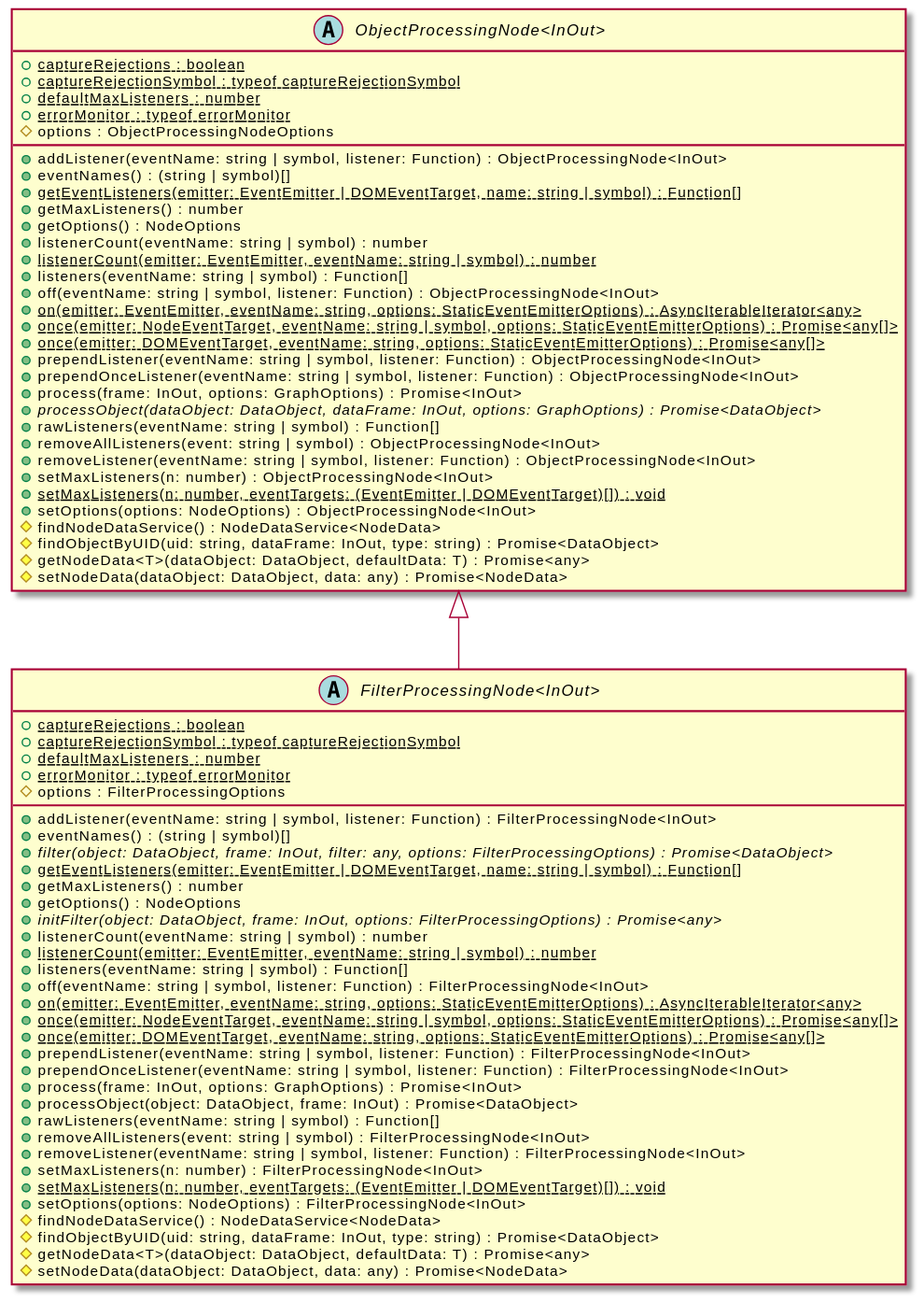
The PlantUML diagram assets/FilterProcessingNode-umlClassDiagram-13256.svg in OpenHPS/openhps-core, before a commit.
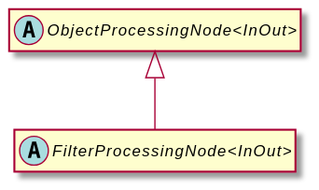
After the commit.

The edit, as a diff of the source:
```diff
@@ -3,72 +3,8 @@
 hide empty methods
 hide empty fields
 abstract class "FilterProcessingNode<InOut>" {
-    {static} +captureRejections : boolean
-    {static} +captureRejectionSymbol : typeof captureRejectionSymbol
-    {static} +defaultMaxListeners : number
-    {static} +errorMonitor : typeof errorMonitor
-    #options : FilterProcessingOptions
-    +addListener(eventName: string | symbol, listener: Function) : FilterProcessingNode<InOut>
-    +eventNames() : (string | symbol)[]
-    {abstract} +filter(object: DataObject, frame: InOut, filter: any, options: FilterProcessingOptions) : Promise<DataObject>
-    {static} +getEventListeners(emitter: EventEmitter | DOMEventTarget, name: string | symbol) : Function[]
-    +getMaxListeners() : number
-    +getOptions() : NodeOptions
-    {abstract} +initFilter(object: DataObject, frame: InOut, options: FilterProcessingOptions) : Promise<any>
-    +listenerCount(eventName: string | symbol) : number
-    {static} +listenerCount(emitter: EventEmitter, eventName: string | symbol) : number
-    +listeners(eventName: string | symbol) : Function[]
-    +off(eventName: string | symbol, listener: Function) : FilterProcessingNode<InOut>
-    {static} +on(emitter: EventEmitter, eventName: string, options: StaticEventEmitterOptions) : AsyncIterableIterator<any>
-    {static} +once(emitter: NodeEventTarget, eventName: string | symbol, options: StaticEventEmitterOptions) : Promise<any[]>
-    {static} +once(emitter: DOMEventTarget, eventName: string, options: StaticEventEmitterOptions) : Promise<any[]>
-    +prependListener(eventName: string | symbol, listener: Function) : FilterProcessingNode<InOut>
-    +prependOnceListener(eventName: string | symbol, listener: Function) : FilterProcessingNode<InOut>
-    +process(frame: InOut, options: GraphOptions) : Promise<InOut>
-    +processObject(object: DataObject, frame: InOut) : Promise<DataObject>
-    +rawListeners(eventName: string | symbol) : Function[]
-    +removeAllListeners(event: string | symbol) : FilterProcessingNode<InOut>
-    +removeListener(eventName: string | symbol, listener: Function) : FilterProcessingNode<InOut>
-    +setMaxListeners(n: number) : FilterProcessingNode<InOut>
-    {static} +setMaxListeners(n: number, eventTargets: (EventEmitter | DOMEventTarget)[]) : void
-    +setOptions(options: NodeOptions) : FilterProcessingNode<InOut>
-    #findNodeDataService() : NodeDataService<NodeData>
-    #findObjectByUID(uid: string, dataFrame: InOut, type: string) : Promise<DataObject>
-    #getNodeData<T>(dataObject: DataObject, defaultData: T) : Promise<any>
-    #setNodeData(dataObject: DataObject, data: any) : Promise<NodeData>
 }
 abstract class "ObjectProcessingNode<InOut>" {
-    {static} +captureRejections : boolean
-    {static} +captureRejectionSymbol : typeof captureRejectionSymbol
-    {static} +defaultMaxListeners : number
-    {static} +errorMonitor : typeof errorMonitor
-    #options : ObjectProcessingNodeOptions
-    +addListener(eventName: string | symbol, listener: Function) : ObjectProcessingNode<InOut>
-    +eventNames() : (string | symbol)[]
-    {static} +getEventListeners(emitter: EventEmitter | DOMEventTarget, name: string | symbol) : Function[]
-    +getMaxListeners() : number
-    +getOptions() : NodeOptions
-    +listenerCount(eventName: string | symbol) : number
-    {static} +listenerCount(emitter: EventEmitter, eventName: string | symbol) : number
-    +listeners(eventName: string | symbol) : Function[]
-    +off(eventName: string | symbol, listener: Function) : ObjectProcessingNode<InOut>
-    {static} +on(emitter: EventEmitter, eventName: string, options: StaticEventEmitterOptions) : AsyncIterableIterator<any>
-    {static} +once(emitter: NodeEventTarget, eventName: string | symbol, options: StaticEventEmitterOptions) : Promise<any[]>
-    {static} +once(emitter: DOMEventTarget, eventName: string, options: StaticEventEmitterOptions) : Promise<any[]>
-    +prependListener(eventName: string | symbol, listener: Function) : ObjectProcessingNode<InOut>
-    +prependOnceListener(eventName: string | symbol, listener: Function) : ObjectProcessingNode<InOut>
-    +process(frame: InOut, options: GraphOptions) : Promise<InOut>
-    {abstract} +processObject(dataObject: DataObject, dataFrame: InOut, options: GraphOptions) : Promise<DataObject>
-    +rawListeners(eventName: string | symbol) : Function[]
-    +removeAllListeners(event: string | symbol) : ObjectProcessingNode<InOut>
-    +removeListener(eventName: string | symbol, listener: Function) : ObjectProcessingNode<InOut>
-    +setMaxListeners(n: number) : ObjectProcessingNode<InOut>
-    {static} +setMaxListeners(n: number, eventTargets: (EventEmitter | DOMEventTarget)[]) : void
-    +setOptions(options: NodeOptions) : ObjectProcessingNode<InOut>
-    #findNodeDataService() : NodeDataService<NodeData>
-    #findObjectByUID(uid: string, dataFrame: InOut, type: string) : Promise<DataObject>
-    #getNodeData<T>(dataObject: DataObject, defaultData: T) : Promise<any>
-    #setNodeData(dataObject: DataObject, data: any) : Promise<NodeData>
 }
 "ObjectProcessingNode<InOut>" <|-- "FilterProcessingNode<InOut>"
 @enduml
```
